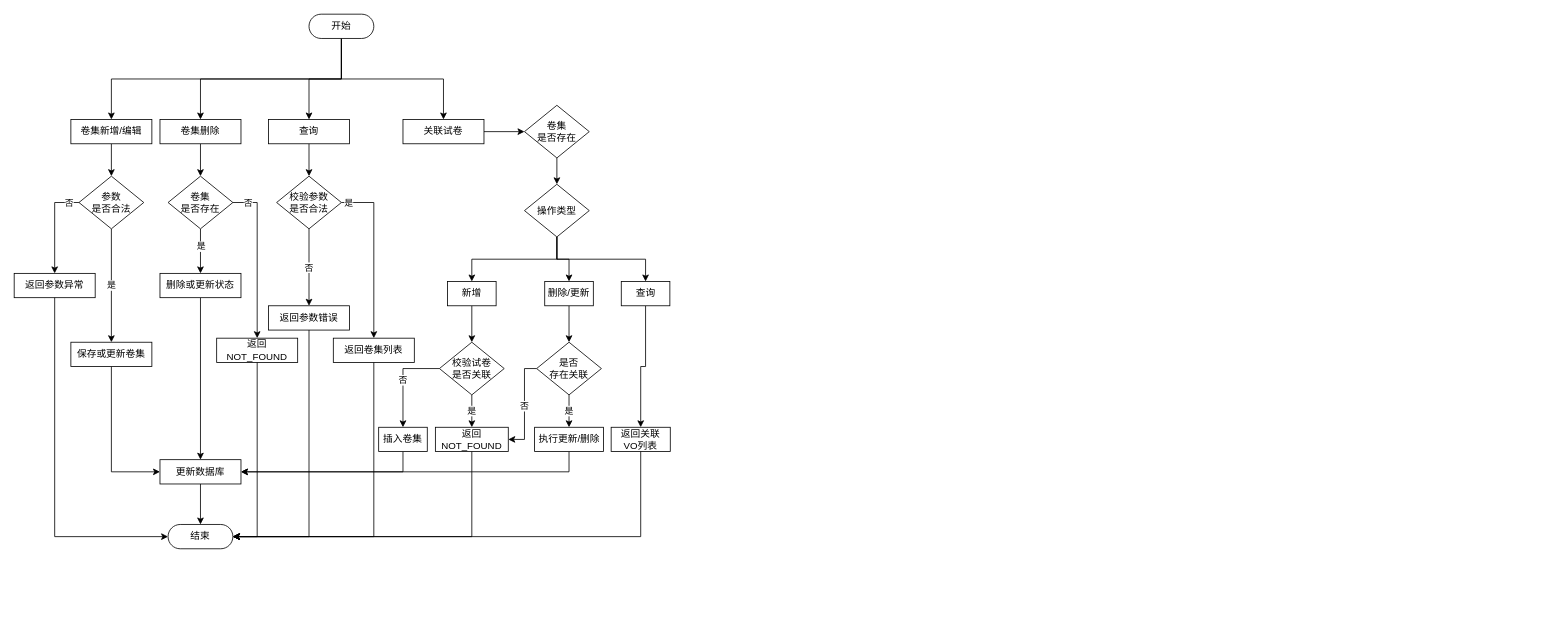
The draw.io diagram page "卷集管理模块流程图" (13 of 19) of 题库E-R.drawio in ChenLiheng/question-project, before the edit. Source tidied: cells renumbered, new cells numbered last; positions are measured from the earlier drawing's top-left corner, leaving out a move shared by most shapes. Both pictures are drawn from the tidied source at 81%, with x=0, y=0 at pixel (14, 14).
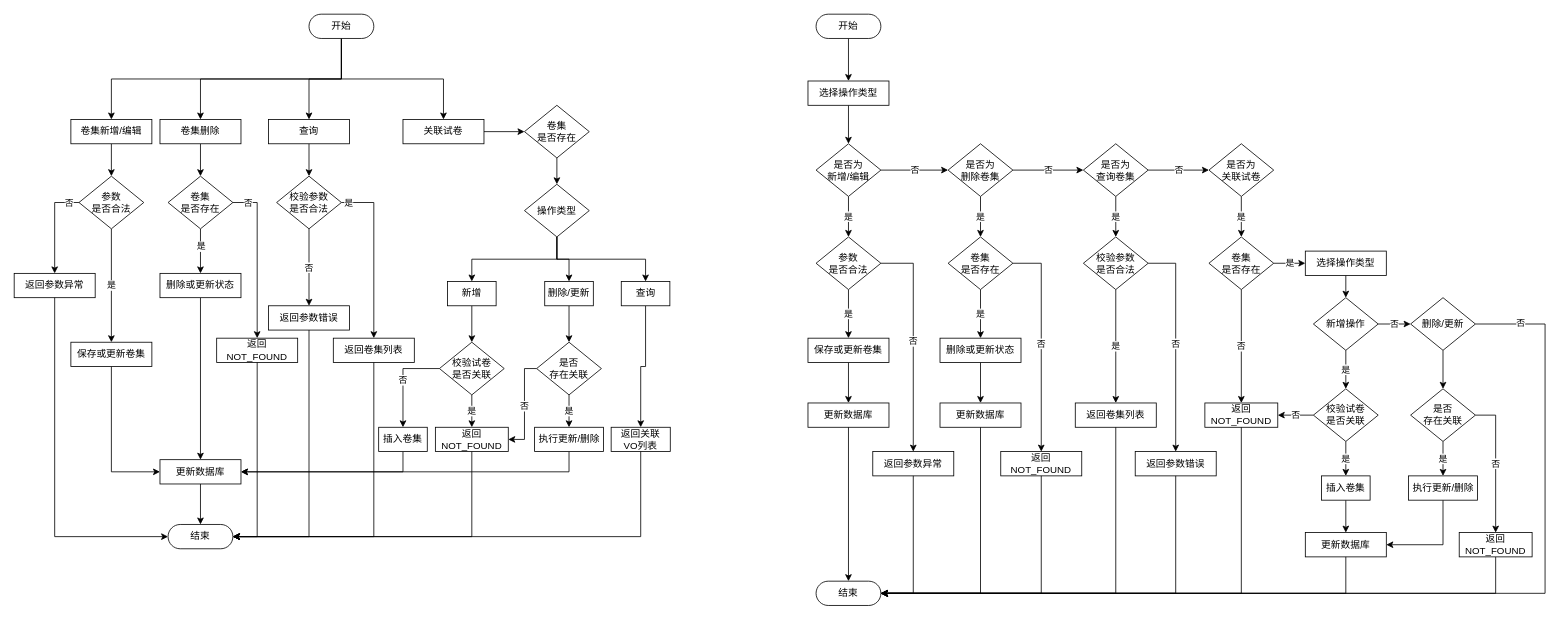
The same diagram, later.

Change to the diagram source:
```diff
@@
+    <mxCell id="69" style="edgeStyle=orthogonalEdgeStyle;rounded=0;jettySize=auto;html=1;exitX=0.5;exitY=0.5;exitDx=0;exitDy=15;exitPerimeter=0;entryX=0.5;entryY=0;entryDx=0;entryDy=0;" parent="1" edge="1" source="70" target="72">
+      <mxGeometry relative="1" as="geometry" />
+    </mxCell>
+    <mxCell id="70" value="开始" style="html=1;dashed=0;whiteSpace=wrap;shape=mxgraph.dfd.start;" parent="1" vertex="1">
+      <mxGeometry x="990" width="80" height="30" as="geometry" />
+    </mxCell>
+    <mxCell id="71" style="edgeStyle=orthogonalEdgeStyle;rounded=0;jettySize=auto;html=1;exitX=0.5;exitY=1;exitDx=0;exitDy=0;entryX=0.5;entryY=0;entryDx=0;entryDy=0;" parent="1" edge="1" source="72" target="75">
+      <mxGeometry relative="1" as="geometry" />
+    </mxCell>
+    <mxCell id="72" value="选择操作类型" style="html=1;dashed=0;whiteSpace=wrap;" parent="1" vertex="1">
+      <mxGeometry x="980" y="82.5" width="100" height="30" as="geometry" />
+    </mxCell>
+    <mxCell id="73" value="是" style="edgeStyle=orthogonalEdgeStyle;rounded=0;jettySize=auto;html=1;exitX=0.5;exitY=1;exitDx=0;exitDy=0;entryX=0.5;entryY=0;entryDx=0;entryDy=0;" parent="1" edge="1" source="75" target="86">
+      <mxGeometry relative="1" as="geometry" />
+    </mxCell>
+    <mxCell id="74" value="否" style="edgeStyle=orthogonalEdgeStyle;rounded=0;jettySize=auto;html=1;exitX=1;exitY=0.5;exitDx=0;exitDy=0;entryX=0;entryY=0.5;entryDx=0;entryDy=0;" parent="1" edge="1" source="75" target="78">
+      <mxGeometry relative="1" as="geometry" />
+    </mxCell>
+    <mxCell id="75" value="是否为&lt;div&gt;新增/编辑&lt;/div&gt;" style="rhombus;whiteSpace=wrap;html=1;dashed=0;" parent="1" vertex="1">
+      <mxGeometry x="990" y="160" width="80" height="65" as="geometry" />
+    </mxCell>
+    <mxCell id="76" value="是" style="edgeStyle=orthogonalEdgeStyle;rounded=0;jettySize=auto;html=1;exitX=0.5;exitY=1;exitDx=0;exitDy=0;entryX=0.5;entryY=0;entryDx=0;entryDy=0;" parent="1" edge="1" source="78" target="97">
+      <mxGeometry relative="1" as="geometry" />
+    </mxCell>
+    <mxCell id="77" value="否" style="edgeStyle=orthogonalEdgeStyle;rounded=0;jettySize=auto;html=1;exitX=1;exitY=0.5;exitDx=0;exitDy=0;entryX=0;entryY=0.5;entryDx=0;entryDy=0;" parent="1" edge="1" source="78" target="81">
+      <mxGeometry relative="1" as="geometry" />
+    </mxCell>
+    <mxCell id="78" value="是否为&lt;div&gt;删除卷集&lt;/div&gt;" style="rhombus;whiteSpace=wrap;html=1;dashed=0;" parent="1" vertex="1">
+      <mxGeometry x="1153" y="160" width="80" height="65" as="geometry" />
+    </mxCell>
+    <mxCell id="79" value="是" style="edgeStyle=orthogonalEdgeStyle;rounded=0;jettySize=auto;html=1;exitX=0.5;exitY=1;exitDx=0;exitDy=0;entryX=0.5;entryY=0;entryDx=0;entryDy=0;" parent="1" edge="1" source="81" target="105">
+      <mxGeometry relative="1" as="geometry" />
+    </mxCell>
+    <mxCell id="80" value="否" style="edgeStyle=orthogonalEdgeStyle;rounded=0;jettySize=auto;html=1;exitX=1;exitY=0.5;exitDx=0;exitDy=0;entryX=0;entryY=0.5;entryDx=0;entryDy=0;" parent="1" edge="1" source="81" target="83">
+      <mxGeometry relative="1" as="geometry" />
+    </mxCell>
+    <mxCell id="81" value="是否为&lt;div&gt;查询卷集&lt;/div&gt;" style="rhombus;whiteSpace=wrap;html=1;dashed=0;" parent="1" vertex="1">
+      <mxGeometry x="1320" y="160" width="80" height="65" as="geometry" />
+    </mxCell>
+    <mxCell id="82" value="是" style="edgeStyle=orthogonalEdgeStyle;rounded=0;jettySize=auto;html=1;exitX=0.5;exitY=1;exitDx=0;exitDy=0;entryX=0.5;entryY=0;entryDx=0;entryDy=0;" parent="1" edge="1" source="83" target="112">
+      <mxGeometry relative="1" as="geometry" />
+    </mxCell>
+    <mxCell id="83" value="是否为&lt;div&gt;关联试卷&lt;/div&gt;" style="rhombus;whiteSpace=wrap;html=1;dashed=0;" parent="1" vertex="1">
+      <mxGeometry x="1475" y="160" width="80" height="65" as="geometry" />
+    </mxCell>
+    <mxCell id="84" value="是" style="edgeStyle=orthogonalEdgeStyle;rounded=0;jettySize=auto;html=1;exitX=0.5;exitY=1;exitDx=0;exitDy=0;entryX=0.5;entryY=0;entryDx=0;entryDy=0;" parent="1" edge="1" source="86" target="88">
+      <mxGeometry relative="1" as="geometry" />
+    </mxCell>
+    <mxCell id="85" value="否" style="edgeStyle=orthogonalEdgeStyle;rounded=0;jettySize=auto;html=1;exitX=1;exitY=0.5;exitDx=0;exitDy=0;entryX=0.5;entryY=0;entryDx=0;entryDy=0;" parent="1" edge="1" source="86" target="92">
+      <mxGeometry relative="1" as="geometry" />
+    </mxCell>
+    <mxCell id="86" value="参数&lt;div&gt;是否合法&lt;/div&gt;" style="rhombus;whiteSpace=wrap;html=1;dashed=0;" parent="1" vertex="1">
+      <mxGeometry x="990" y="275" width="80" height="65" as="geometry" />
+    </mxCell>
+    <mxCell id="87" style="edgeStyle=orthogonalEdgeStyle;rounded=0;jettySize=auto;html=1;exitX=0.5;exitY=1;exitDx=0;exitDy=0;entryX=0.5;entryY=0;entryDx=0;entryDy=0;" parent="1" edge="1" source="88" target="89">
+      <mxGeometry relative="1" as="geometry" />
+    </mxCell>
+    <mxCell id="88" value="保存或更新卷集" style="html=1;dashed=0;whiteSpace=wrap;" parent="1" vertex="1">
+      <mxGeometry x="980" y="400" width="100" height="30" as="geometry" />
+    </mxCell>
+    <mxCell id="89" value="更新数据库" style="html=1;dashed=0;whiteSpace=wrap;" parent="1" vertex="1">
+      <mxGeometry x="980" y="480" width="100" height="30" as="geometry" />
+    </mxCell>
+    <mxCell id="90" value="结束" style="html=1;dashed=0;whiteSpace=wrap;shape=mxgraph.dfd.start;" parent="1" vertex="1">
+      <mxGeometry x="990" y="700" width="80" height="30" as="geometry" />
+    </mxCell>
+    <mxCell id="91" style="edgeStyle=orthogonalEdgeStyle;rounded=0;jettySize=auto;html=1;exitX=0.5;exitY=1;exitDx=0;exitDy=0;entryX=0.5;entryY=0.5;entryDx=0;entryDy=-15;entryPerimeter=0;" parent="1" edge="1" source="89" target="90">
+      <mxGeometry relative="1" as="geometry" />
+    </mxCell>
+    <mxCell id="92" value="返回参数异常" style="html=1;dashed=0;whiteSpace=wrap;" parent="1" vertex="1">
+      <mxGeometry x="1060" y="540" width="100" height="30" as="geometry" />
+    </mxCell>
+    <mxCell id="93" style="edgeStyle=orthogonalEdgeStyle;rounded=0;jettySize=auto;html=1;exitX=0.5;exitY=1;exitDx=0;exitDy=0;entryX=1;entryY=0.5;entryDx=0;entryDy=0;entryPerimeter=0;" parent="1" edge="1" source="92" target="90">
+      <mxGeometry relative="1" as="geometry" />
+    </mxCell>
+    <mxCell id="94" value="更新数据库" style="html=1;dashed=0;whiteSpace=wrap;" parent="1" vertex="1">
+      <mxGeometry x="1143" y="480" width="100" height="30" as="geometry" />
+    </mxCell>
+    <mxCell id="95" value="是" style="edgeStyle=orthogonalEdgeStyle;rounded=0;jettySize=auto;html=1;exitX=0.5;exitY=1;exitDx=0;exitDy=0;entryX=0.5;entryY=0;entryDx=0;entryDy=0;" parent="1" edge="1" source="97" target="99">
+      <mxGeometry relative="1" as="geometry" />
+    </mxCell>
+    <mxCell id="96" value="否" style="edgeStyle=orthogonalEdgeStyle;rounded=0;jettySize=auto;html=1;exitX=1;exitY=0.5;exitDx=0;exitDy=0;entryX=0.5;entryY=0;entryDx=0;entryDy=0;" parent="1" edge="1" source="97" target="101">
+      <mxGeometry relative="1" as="geometry" />
+    </mxCell>
+    <mxCell id="97" value="卷集&lt;div&gt;是否存在&lt;/div&gt;" style="rhombus;whiteSpace=wrap;html=1;dashed=0;" parent="1" vertex="1">
+      <mxGeometry x="1153" y="275" width="80" height="65" as="geometry" />
+    </mxCell>
+    <mxCell id="98" style="edgeStyle=orthogonalEdgeStyle;rounded=0;jettySize=auto;html=1;exitX=0.5;exitY=1;exitDx=0;exitDy=0;entryX=0.5;entryY=0;entryDx=0;entryDy=0;" parent="1" edge="1" source="99" target="94">
+      <mxGeometry relative="1" as="geometry" />
+    </mxCell>
+    <mxCell id="99" value="删除或更新状态" style="html=1;dashed=0;whiteSpace=wrap;" parent="1" vertex="1">
+      <mxGeometry x="1143" y="400" width="100" height="30" as="geometry" />
+    </mxCell>
+    <mxCell id="100" style="edgeStyle=orthogonalEdgeStyle;rounded=0;jettySize=auto;html=1;exitX=0.5;exitY=1;exitDx=0;exitDy=0;entryX=1;entryY=0.5;entryDx=0;entryDy=0;entryPerimeter=0;" parent="1" edge="1" source="94" target="90">
+      <mxGeometry relative="1" as="geometry" />
+    </mxCell>
+    <mxCell id="101" value="返回NOT_FOUND" style="html=1;dashed=0;whiteSpace=wrap;" parent="1" vertex="1">
+      <mxGeometry x="1218" y="540" width="100" height="30" as="geometry" />
+    </mxCell>
+    <mxCell id="102" style="edgeStyle=orthogonalEdgeStyle;rounded=0;jettySize=auto;html=1;exitX=0.5;exitY=1;exitDx=0;exitDy=0;entryX=1;entryY=0.5;entryDx=0;entryDy=0;entryPerimeter=0;" parent="1" edge="1" source="101" target="90">
+      <mxGeometry relative="1" as="geometry" />
+    </mxCell>
+    <mxCell id="103" value="是" style="edgeStyle=orthogonalEdgeStyle;rounded=0;jettySize=auto;html=1;exitX=0.5;exitY=1;exitDx=0;exitDy=0;" parent="1" edge="1" source="105" target="107">
+      <mxGeometry relative="1" as="geometry" />
+    </mxCell>
+    <mxCell id="104" value="否" style="edgeStyle=orthogonalEdgeStyle;rounded=0;jettySize=auto;html=1;exitX=1;exitY=0.5;exitDx=0;exitDy=0;entryX=0.5;entryY=0;entryDx=0;entryDy=0;" parent="1" edge="1" source="105" target="106">
+      <mxGeometry relative="1" as="geometry" />
+    </mxCell>
+    <mxCell id="105" value="校验参数&lt;div&gt;是否合法&lt;/div&gt;" style="rhombus;whiteSpace=wrap;html=1;dashed=0;" parent="1" vertex="1">
+      <mxGeometry x="1320" y="275" width="80" height="65" as="geometry" />
+    </mxCell>
+    <mxCell id="106" value="返回参数错误" style="html=1;dashed=0;whiteSpace=wrap;" parent="1" vertex="1">
+      <mxGeometry x="1384" y="540" width="100" height="30" as="geometry" />
+    </mxCell>
+    <mxCell id="107" value="返回卷集列表" style="html=1;dashed=0;whiteSpace=wrap;" parent="1" vertex="1">
+      <mxGeometry x="1310" y="480" width="100" height="30" as="geometry" />
+    </mxCell>
+    <mxCell id="108" style="edgeStyle=orthogonalEdgeStyle;rounded=0;jettySize=auto;html=1;exitX=0.5;exitY=1;exitDx=0;exitDy=0;entryX=1;entryY=0.5;entryDx=0;entryDy=0;entryPerimeter=0;" parent="1" edge="1" source="107" target="90">
+      <mxGeometry relative="1" as="geometry" />
+    </mxCell>
+    <mxCell id="109" style="edgeStyle=orthogonalEdgeStyle;rounded=0;jettySize=auto;html=1;exitX=0.5;exitY=1;exitDx=0;exitDy=0;entryX=1;entryY=0.5;entryDx=0;entryDy=0;entryPerimeter=0;" parent="1" edge="1" source="106" target="90">
+      <mxGeometry relative="1" as="geometry" />
+    </mxCell>
+    <mxCell id="110" value="是" style="edgeStyle=orthogonalEdgeStyle;rounded=0;jettySize=auto;html=1;exitX=1;exitY=0.5;exitDx=0;exitDy=0;entryX=0;entryY=0.5;entryDx=0;entryDy=0;" parent="1" edge="1" source="112" target="114">
+      <mxGeometry relative="1" as="geometry" />
+    </mxCell>
+    <mxCell id="111" value="否" style="edgeStyle=orthogonalEdgeStyle;rounded=0;jettySize=auto;html=1;exitX=0.5;exitY=1;exitDx=0;exitDy=0;entryX=0.5;entryY=0;entryDx=0;entryDy=0;" parent="1" edge="1" source="112" target="126">
+      <mxGeometry relative="1" as="geometry" />
+    </mxCell>
+    <mxCell id="112" value="卷集&lt;div&gt;是否存在&lt;/div&gt;" style="rhombus;whiteSpace=wrap;html=1;dashed=0;" parent="1" vertex="1">
+      <mxGeometry x="1475" y="275" width="80" height="65" as="geometry" />
+    </mxCell>
+    <mxCell id="113" style="edgeStyle=orthogonalEdgeStyle;rounded=0;jettySize=auto;html=1;exitX=0.5;exitY=1;exitDx=0;exitDy=0;entryX=0.5;entryY=0;entryDx=0;entryDy=0;" parent="1" edge="1" source="114" target="117">
+      <mxGeometry relative="1" as="geometry" />
+    </mxCell>
+    <mxCell id="114" value="选择操作类型" style="html=1;dashed=0;whiteSpace=wrap;" parent="1" vertex="1">
+      <mxGeometry x="1594" y="292.5" width="100" height="30" as="geometry" />
+    </mxCell>
+    <mxCell id="115" value="是" style="edgeStyle=orthogonalEdgeStyle;rounded=0;jettySize=auto;html=1;exitX=0.5;exitY=1;exitDx=0;exitDy=0;entryX=0.5;entryY=0;entryDx=0;entryDy=0;" parent="1" edge="1" source="117" target="120">
+      <mxGeometry relative="1" as="geometry" />
+    </mxCell>
+    <mxCell id="116" value="否" style="edgeStyle=orthogonalEdgeStyle;rounded=0;jettySize=auto;html=1;exitX=1;exitY=0.5;exitDx=0;exitDy=0;" parent="1" edge="1" source="117" target="125">
+      <mxGeometry relative="1" as="geometry" />
+    </mxCell>
+    <mxCell id="117" value="新增操作" style="rhombus;whiteSpace=wrap;html=1;dashed=0;" parent="1" vertex="1">
+      <mxGeometry x="1604" y="350" width="80" height="65" as="geometry" />
+    </mxCell>
+    <mxCell id="118" value="是" style="edgeStyle=orthogonalEdgeStyle;rounded=0;jettySize=auto;html=1;exitX=0.5;exitY=1;exitDx=0;exitDy=0;entryX=0.5;entryY=0;entryDx=0;entryDy=0;" parent="1" edge="1" source="120" target="122">
+      <mxGeometry relative="1" as="geometry" />
+    </mxCell>
+    <mxCell id="119" value="否" style="edgeStyle=orthogonalEdgeStyle;rounded=0;jettySize=auto;html=1;exitX=0;exitY=0.5;exitDx=0;exitDy=0;entryX=1;entryY=0.5;entryDx=0;entryDy=0;" parent="1" edge="1" source="120" target="126">
+      <mxGeometry relative="1" as="geometry" />
+    </mxCell>
+    <mxCell id="120" value="校验试卷&lt;div&gt;是否关联&lt;/div&gt;" style="rhombus;whiteSpace=wrap;html=1;dashed=0;" parent="1" vertex="1">
+      <mxGeometry x="1604" y="462.5" width="80" height="65" as="geometry" />
+    </mxCell>
+    <mxCell id="121" style="edgeStyle=orthogonalEdgeStyle;rounded=0;jettySize=auto;html=1;exitX=0.5;exitY=1;exitDx=0;exitDy=0;" parent="1" edge="1" source="122" target="133">
+      <mxGeometry relative="1" as="geometry" />
+    </mxCell>
+    <mxCell id="122" value="插入卷集" style="html=1;dashed=0;whiteSpace=wrap;" parent="1" vertex="1">
+      <mxGeometry x="1614" y="570" width="60" height="30" as="geometry" />
+    </mxCell>
+    <mxCell id="123" style="edgeStyle=orthogonalEdgeStyle;rounded=0;jettySize=auto;html=1;exitX=0.5;exitY=1;exitDx=0;exitDy=0;entryX=0.5;entryY=0;entryDx=0;entryDy=0;" parent="1" edge="1" source="125" target="130">
+      <mxGeometry relative="1" as="geometry" />
+    </mxCell>
+    <mxCell id="124" value="否" style="edgeStyle=orthogonalEdgeStyle;rounded=0;jettySize=auto;html=1;exitX=1;exitY=0.5;exitDx=0;exitDy=0;entryX=1;entryY=0.5;entryDx=0;entryDy=0;entryPerimeter=0;" parent="1" edge="1" source="125" target="90">
+      <mxGeometry x="-0.91" y="3" relative="1" as="geometry">
+        <Array as="points">
+          <mxPoint x="1890" y="382" />
+          <mxPoint x="1890" y="715" />
+        </Array>
+        <mxPoint y="1" as="offset" />
+      </mxGeometry>
+    </mxCell>
+    <mxCell id="125" value="删除/更新" style="rhombus;whiteSpace=wrap;html=1;dashed=0;" parent="1" vertex="1">
+      <mxGeometry x="1724" y="350" width="80" height="65" as="geometry" />
+    </mxCell>
+    <mxCell id="126" value="返回NOT_FOUND" style="html=1;dashed=0;whiteSpace=wrap;" parent="1" vertex="1">
+      <mxGeometry x="1470" y="480" width="90" height="30" as="geometry" />
+    </mxCell>
+    <mxCell id="127" style="edgeStyle=orthogonalEdgeStyle;rounded=0;jettySize=auto;html=1;exitX=0.5;exitY=1;exitDx=0;exitDy=0;entryX=1;entryY=0.5;entryDx=0;entryDy=0;entryPerimeter=0;" parent="1" edge="1" source="126" target="90">
+      <mxGeometry relative="1" as="geometry" />
+    </mxCell>
+    <mxCell id="128" value="是" style="edgeStyle=orthogonalEdgeStyle;rounded=0;jettySize=auto;html=1;exitX=0.5;exitY=1;exitDx=0;exitDy=0;entryX=0.5;entryY=0;entryDx=0;entryDy=0;" parent="1" edge="1" source="130" target="132">
+      <mxGeometry relative="1" as="geometry" />
+    </mxCell>
+    <mxCell id="129" value="否" style="edgeStyle=orthogonalEdgeStyle;rounded=0;jettySize=auto;html=1;exitX=1;exitY=0.5;exitDx=0;exitDy=0;entryX=0.5;entryY=0;entryDx=0;entryDy=0;" parent="1" edge="1" source="130" target="135">
+      <mxGeometry relative="1" as="geometry" />
+    </mxCell>
+    <mxCell id="130" value="是否&lt;div&gt;存在关联&lt;/div&gt;" style="rhombus;whiteSpace=wrap;html=1;dashed=0;" parent="1" vertex="1">
+      <mxGeometry x="1724" y="462.5" width="80" height="65" as="geometry" />
+    </mxCell>
+    <mxCell id="131" style="edgeStyle=orthogonalEdgeStyle;rounded=0;jettySize=auto;html=1;exitX=0.5;exitY=1;exitDx=0;exitDy=0;entryX=1;entryY=0.5;entryDx=0;entryDy=0;" parent="1" edge="1" source="132" target="133">
+      <mxGeometry relative="1" as="geometry" />
+    </mxCell>
+    <mxCell id="132" value="执行更新/删除" style="html=1;dashed=0;whiteSpace=wrap;" parent="1" vertex="1">
+      <mxGeometry x="1721.5" y="570" width="85" height="30" as="geometry" />
+    </mxCell>
+    <mxCell id="133" value="更新数据库" style="html=1;dashed=0;whiteSpace=wrap;" parent="1" vertex="1">
+      <mxGeometry x="1594" y="640" width="100" height="30" as="geometry" />
+    </mxCell>
+    <mxCell id="134" style="edgeStyle=orthogonalEdgeStyle;rounded=0;jettySize=auto;html=1;exitX=0.5;exitY=1;exitDx=0;exitDy=0;entryX=1;entryY=0.5;entryDx=0;entryDy=0;entryPerimeter=0;" parent="1" edge="1" source="135" target="90">
+      <mxGeometry relative="1" as="geometry" />
+    </mxCell>
+    <mxCell id="135" value="返回NOT_FOUND" style="html=1;dashed=0;whiteSpace=wrap;" parent="1" vertex="1">
+      <mxGeometry x="1784" y="640" width="90" height="30" as="geometry" />
+    </mxCell>
+    <mxCell id="136" style="edgeStyle=orthogonalEdgeStyle;rounded=0;jettySize=auto;html=1;exitX=0.5;exitY=1;exitDx=0;exitDy=0;entryX=1;entryY=0.5;entryDx=0;entryDy=0;entryPerimeter=0;" parent="1" edge="1" source="133" target="90">
+      <mxGeometry relative="1" as="geometry" />
+    </mxCell>
```
